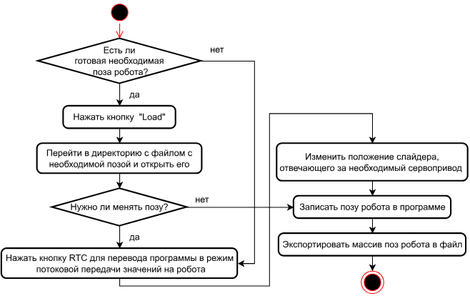
ArtemVolkov2103/1-Diplom keeps this draw.io diagram as Диаграмма деятельности.svg. Above is the earlier version. Source tidied: cells renumbered, new cells last; positions are measured from the earlier drawing's top-left corner, leaving out a move shared by most shapes.
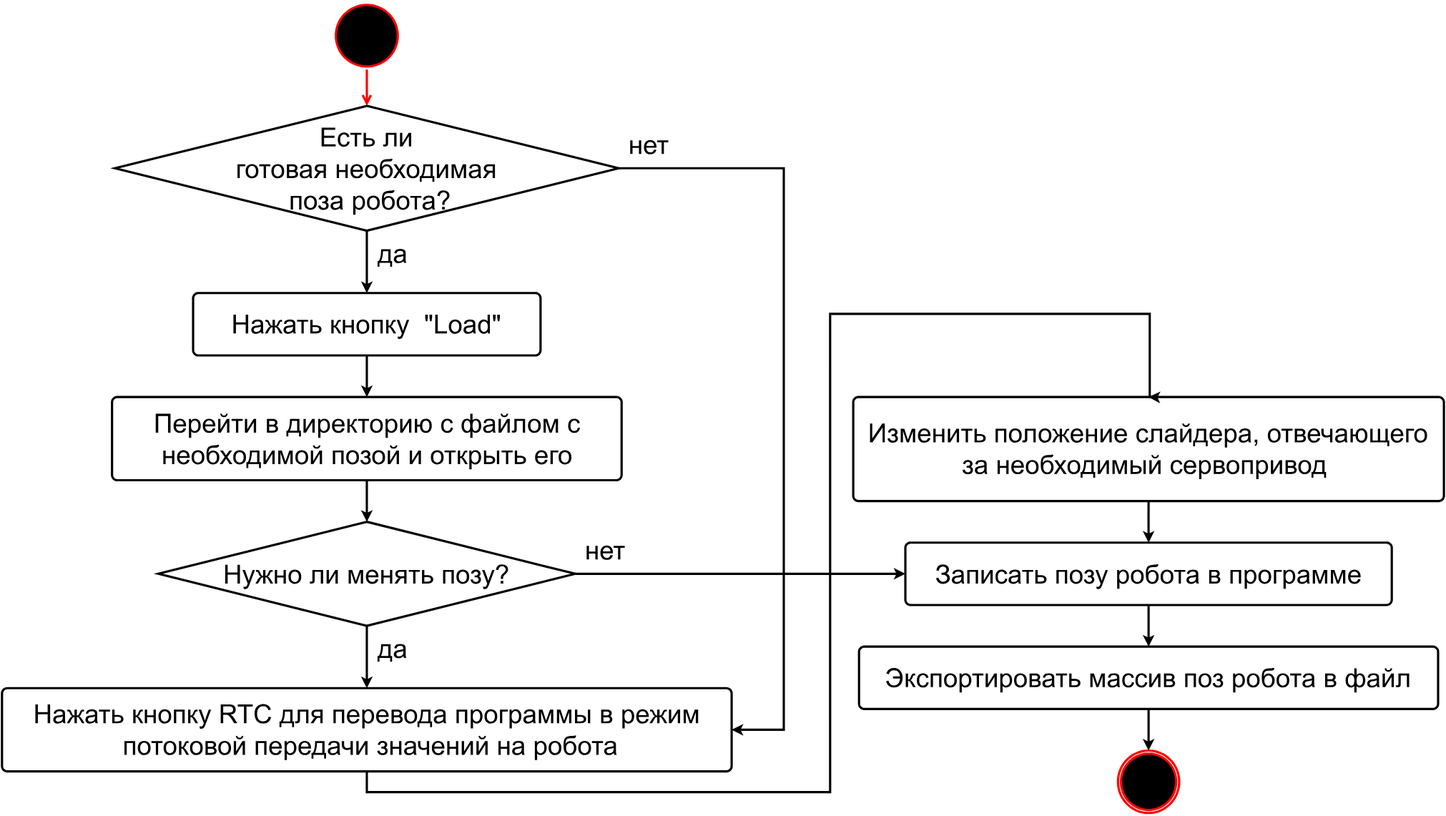
Above is the later version.

Change to the diagram source:
```diff
@@ -2,92 +2,95 @@
   <root>
     <mxCell id="0" />
     <mxCell id="1" parent="0" />
+    <mxCell id="27" style="group;fontSize=35;strokeWidth=3;" parent="1" vertex="1">
+      <mxGeometry x="-302" width="1920" height="1080" as="geometry" />
+    </mxCell>
-    <mxCell id="2" style="ellipse;html=1;shape=startState;fillColor=#000000;strokeColor=#ff0000;" parent="1" vertex="1">
-      <mxGeometry x="143" width="30" height="30" as="geometry" />
+    <mxCell id="2" style="ellipse;html=1;shape=startState;fillColor=#000000;strokeColor=#ff0000;fontSize=35;strokeWidth=3;" parent="27" vertex="1">
+      <mxGeometry x="440.5" width="90.5" height="90" as="geometry" />
     </mxCell>
-    <mxCell id="3" style="edgeStyle=orthogonalEdgeStyle;html=1;verticalAlign=bottom;endArrow=open;endSize=8;strokeColor=#ff0000;rounded=0;entryX=0.5;entryY=0;entryDx=0;entryDy=0;entryPerimeter=0;" parent="1" edge="1" source="2" target="6">
+    <mxCell id="3" style="edgeStyle=orthogonalEdgeStyle;html=1;verticalAlign=bottom;endArrow=open;endSize=8;strokeColor=#ff0000;rounded=0;entryX=0.5;entryY=0;entryDx=0;entryDy=0;entryPerimeter=0;fontSize=35;strokeWidth=3;" parent="27" edge="1" source="2" target="6">
       <mxGeometry relative="1" as="geometry" />
     </mxCell>
+    <mxCell id="6" value="Есть ли &lt;br style=&quot;font-size: 35px;&quot;&gt;готовая необходимая&lt;br style=&quot;font-size: 35px;&quot;&gt;&amp;nbsp;поза&amp;nbsp;робота?" style="strokeWidth=3;html=1;shape=mxgraph.flowchart.decision;whiteSpace=wrap;fontSize=35;" parent="27" vertex="1">
+      <mxGeometry x="150.4" y="138.5" width="670.8" height="166.2" as="geometry" />
+    </mxCell>
+    <mxCell id="8" value="Нажать кнопку&amp;nbsp; &quot;Load&quot;" style="rounded=1;whiteSpace=wrap;html=1;absoluteArcSize=1;arcSize=14;strokeWidth=3;fontSize=35;" parent="27" vertex="1">
+      <mxGeometry x="254.5" y="387.7" width="462.7" height="83.1" as="geometry" />
+    </mxCell>
-    <mxCell id="4" style="edgeStyle=orthogonalEdgeStyle;rounded=0;jettySize=auto;html=1;exitX=0.5;exitY=1;exitDx=0;exitDy=0;exitPerimeter=0;entryX=0.5;entryY=0;entryDx=0;entryDy=0;" parent="1" edge="1" source="6" target="8">
+    <mxCell id="4" style="edgeStyle=orthogonalEdgeStyle;rounded=0;jettySize=auto;html=1;exitX=0.5;exitY=1;exitDx=0;exitDy=0;exitPerimeter=0;entryX=0.5;entryY=0;entryDx=0;entryDy=0;fontSize=35;strokeWidth=3;" parent="27" edge="1" source="6" target="8">
       <mxGeometry relative="1" as="geometry" />
     </mxCell>
-    <mxCell id="5" style="edgeStyle=orthogonalEdgeStyle;rounded=0;jettySize=auto;html=1;exitX=1;exitY=0.5;exitDx=0;exitDy=0;exitPerimeter=0;entryX=1;entryY=0.5;entryDx=0;entryDy=0;" parent="1" edge="1" source="6" target="17">
-      <mxGeometry relative="1" as="geometry">
-        <Array as="points">
-          <mxPoint x="338" y="80" />
-          <mxPoint x="338" y="350" />
-        </Array>
-      </mxGeometry>
-    </mxCell>
-    <mxCell id="6" value="Есть ли &lt;br&gt;готовая необходимая&lt;br&gt;&amp;nbsp;поза&amp;nbsp;робота?" style="strokeWidth=2;html=1;shape=mxgraph.flowchart.decision;whiteSpace=wrap;" parent="1" vertex="1">
-      <mxGeometry x="49.2" y="50" width="217.5" height="60" as="geometry" />
-    </mxCell>
+    <mxCell id="10" value="Перейти в директорию с файлом с&lt;br style=&quot;font-size: 35px;&quot;&gt;необходимой позой и открыть его" style="rounded=1;whiteSpace=wrap;html=1;absoluteArcSize=1;arcSize=14;strokeWidth=3;fontSize=35;" parent="27" vertex="1">
+      <mxGeometry x="146.5" y="526.2" width="678.6" height="110.8" as="geometry" />
+    </mxCell>
-    <mxCell id="7" style="edgeStyle=orthogonalEdgeStyle;rounded=0;jettySize=auto;html=1;exitX=0.5;exitY=1;exitDx=0;exitDy=0;entryX=0.5;entryY=0;entryDx=0;entryDy=0;" parent="1" edge="1" source="8" target="10">
+    <mxCell id="7" style="edgeStyle=orthogonalEdgeStyle;rounded=0;jettySize=auto;html=1;exitX=0.5;exitY=1;exitDx=0;exitDy=0;entryX=0.5;entryY=0;entryDx=0;entryDy=0;fontSize=35;strokeWidth=3;" parent="27" edge="1" source="8" target="10">
       <mxGeometry relative="1" as="geometry" />
     </mxCell>
-    <mxCell id="8" value="Нажать кнопку&amp;nbsp; &quot;Load&quot;" style="rounded=1;whiteSpace=wrap;html=1;absoluteArcSize=1;arcSize=14;strokeWidth=2;" parent="1" vertex="1">
-      <mxGeometry x="83" y="140" width="150" height="30" as="geometry" />
-    </mxCell>
+    <mxCell id="13" value="Нужно ли&amp;nbsp;менять позу?" style="strokeWidth=3;html=1;shape=mxgraph.flowchart.decision;whiteSpace=wrap;fontSize=35;" parent="27" vertex="1">
+      <mxGeometry x="208.2" y="692.3" width="555.2" height="138.5" as="geometry" />
+    </mxCell>
-    <mxCell id="9" style="edgeStyle=orthogonalEdgeStyle;rounded=0;jettySize=auto;html=1;exitX=0.5;exitY=1;exitDx=0;exitDy=0;entryX=0.5;entryY=0;entryDx=0;entryDy=0;entryPerimeter=0;" parent="1" edge="1" source="10" target="13">
+    <mxCell id="9" style="edgeStyle=orthogonalEdgeStyle;rounded=0;jettySize=auto;html=1;exitX=0.5;exitY=1;exitDx=0;exitDy=0;entryX=0.5;entryY=0;entryDx=0;entryDy=0;entryPerimeter=0;fontSize=35;strokeWidth=3;" parent="27" edge="1" source="10" target="13">
       <mxGeometry relative="1" as="geometry" />
     </mxCell>
-    <mxCell id="10" value="Перейти в директорию с файлом с&lt;br&gt;необходимой позой и открыть его" style="rounded=1;whiteSpace=wrap;html=1;absoluteArcSize=1;arcSize=14;strokeWidth=2;" parent="1" vertex="1">
-      <mxGeometry x="48" y="190" width="220" height="40" as="geometry" />
-    </mxCell>
-    <mxCell id="11" style="edgeStyle=orthogonalEdgeStyle;rounded=0;jettySize=auto;html=1;exitX=0.5;exitY=1;exitDx=0;exitDy=0;exitPerimeter=0;entryX=0.5;entryY=0;entryDx=0;entryDy=0;" parent="1" edge="1" source="13" target="17">
-      <mxGeometry relative="1" as="geometry" />
-    </mxCell>
-    <mxCell id="12" style="edgeStyle=orthogonalEdgeStyle;rounded=0;jettySize=auto;html=1;exitX=1;exitY=0.5;exitDx=0;exitDy=0;exitPerimeter=0;entryX=0;entryY=0.5;entryDx=0;entryDy=0;" parent="1" edge="1" source="13" target="19">
-      <mxGeometry relative="1" as="geometry" />
-    </mxCell>
-    <mxCell id="13" value="Нужно ли&amp;nbsp;менять позу?" style="strokeWidth=2;html=1;shape=mxgraph.flowchart.decision;whiteSpace=wrap;" parent="1" vertex="1">
-      <mxGeometry x="68" y="250" width="180" height="50" as="geometry" />
-    </mxCell>
-    <mxCell id="14" style="edgeStyle=orthogonalEdgeStyle;rounded=0;jettySize=auto;html=1;exitX=0.5;exitY=1;exitDx=0;exitDy=0;" parent="1" edge="1" source="15" target="19">
-      <mxGeometry relative="1" as="geometry" />
-    </mxCell>
-    <mxCell id="15" value="Изменить положение слайдера, отвечающего за необходимый сервопривод&amp;nbsp;" style="rounded=1;whiteSpace=wrap;html=1;absoluteArcSize=1;arcSize=14;strokeWidth=2;" parent="1" vertex="1">
-      <mxGeometry x="368" y="190" width="255" height="50" as="geometry" />
+    <mxCell id="15" value="Изменить положение слайдера, отвечающего за необходимый сервопривод&amp;nbsp;" style="rounded=1;whiteSpace=wrap;html=1;absoluteArcSize=1;arcSize=14;strokeWidth=3;fontSize=35;" parent="27" vertex="1">
+      <mxGeometry x="1133.5" y="526.2" width="786.5" height="138.5" as="geometry" />
     </mxCell>
-    <mxCell id="16" style="edgeStyle=orthogonalEdgeStyle;rounded=0;jettySize=auto;html=1;exitX=0.5;exitY=1;exitDx=0;exitDy=0;entryX=0.5;entryY=0;entryDx=0;entryDy=0;" parent="1" edge="1" source="17" target="15">
+    <mxCell id="16" style="edgeStyle=orthogonalEdgeStyle;rounded=0;jettySize=auto;html=1;exitX=0.5;exitY=1;exitDx=0;exitDy=0;entryX=0.5;entryY=0;entryDx=0;entryDy=0;fontSize=35;strokeWidth=3;" parent="27" edge="1" source="17" target="15">
       <mxGeometry relative="1" as="geometry">
         <Array as="points">
-          <mxPoint x="158" y="380" />
-          <mxPoint x="358" y="380" />
-          <mxPoint x="358" y="150" />
-          <mxPoint x="496" y="150" />
+          <mxPoint x="485.8" y="1052.3" />
+          <mxPoint x="1102.7" y="1052.3" />
+          <mxPoint x="1102.7" y="415.4" />
+          <mxPoint x="1528.3" y="415.4" />
         </Array>
       </mxGeometry>
     </mxCell>
-    <mxCell id="17" value="Нажать кнопку RTC для перевода программы в режим&lt;br&gt;&amp;nbsp;потоковой передачи значений на робота" style="rounded=1;whiteSpace=wrap;html=1;absoluteArcSize=1;arcSize=14;strokeWidth=2;" parent="1" vertex="1">
-      <mxGeometry x="0.5" y="330" width="315" height="40" as="geometry" />
+    <mxCell id="17" value="Нажать кнопку RTC для перевода программы в режим&lt;br style=&quot;font-size: 35px;&quot;&gt;&amp;nbsp;потоковой передачи значений на робота" style="rounded=1;whiteSpace=wrap;html=1;absoluteArcSize=1;arcSize=14;strokeWidth=3;fontSize=35;" parent="27" vertex="1">
+      <mxGeometry y="913.8" width="971.6" height="110.8" as="geometry" />
     </mxCell>
+    <mxCell id="5" style="edgeStyle=orthogonalEdgeStyle;rounded=0;jettySize=auto;html=1;exitX=1;exitY=0.5;exitDx=0;exitDy=0;exitPerimeter=0;entryX=1;entryY=0.5;entryDx=0;entryDy=0;fontSize=35;strokeWidth=3;" parent="27" edge="1" source="6" target="17">
+      <mxGeometry relative="1" as="geometry">
+        <Array as="points">
+          <mxPoint x="1041" y="221.5" />
+          <mxPoint x="1041" y="969.2" />
+        </Array>
+      </mxGeometry>
+    </mxCell>
+    <mxCell id="11" style="edgeStyle=orthogonalEdgeStyle;rounded=0;jettySize=auto;html=1;exitX=0.5;exitY=1;exitDx=0;exitDy=0;exitPerimeter=0;entryX=0.5;entryY=0;entryDx=0;entryDy=0;fontSize=35;strokeWidth=3;" parent="27" edge="1" source="13" target="17">
+      <mxGeometry relative="1" as="geometry" />
+    </mxCell>
+    <mxCell id="19" value="Записать позу робота в программе" style="rounded=1;whiteSpace=wrap;html=1;absoluteArcSize=1;arcSize=14;strokeWidth=3;fontSize=35;" parent="27" vertex="1">
+      <mxGeometry x="1202.9" y="720" width="647.7" height="83.1" as="geometry" />
+    </mxCell>
+    <mxCell id="12" style="edgeStyle=orthogonalEdgeStyle;rounded=0;jettySize=auto;html=1;exitX=1;exitY=0.5;exitDx=0;exitDy=0;exitPerimeter=0;entryX=0;entryY=0.5;entryDx=0;entryDy=0;fontSize=35;strokeWidth=3;" parent="27" edge="1" source="13" target="19">
+      <mxGeometry relative="1" as="geometry" />
+    </mxCell>
+    <mxCell id="14" style="edgeStyle=orthogonalEdgeStyle;rounded=0;jettySize=auto;html=1;exitX=0.5;exitY=1;exitDx=0;exitDy=0;fontSize=35;strokeWidth=3;" parent="27" edge="1" source="15" target="19">
+      <mxGeometry relative="1" as="geometry" />
+    </mxCell>
+    <mxCell id="21" value="Экспортировать массив поз робота в файл" style="rounded=1;whiteSpace=wrap;html=1;absoluteArcSize=1;arcSize=14;strokeWidth=3;fontSize=35;" parent="27" vertex="1">
+      <mxGeometry x="1141.2" y="858.5" width="771.1" height="83.1" as="geometry" />
+    </mxCell>
-    <mxCell id="18" style="edgeStyle=orthogonalEdgeStyle;rounded=0;jettySize=auto;html=1;exitX=0.5;exitY=1;exitDx=0;exitDy=0;entryX=0.5;entryY=0;entryDx=0;entryDy=0;" parent="1" edge="1" source="19" target="21">
+    <mxCell id="18" style="edgeStyle=orthogonalEdgeStyle;rounded=0;jettySize=auto;html=1;exitX=0.5;exitY=1;exitDx=0;exitDy=0;entryX=0.5;entryY=0;entryDx=0;entryDy=0;fontSize=35;strokeWidth=3;" parent="27" edge="1" source="19" target="21">
       <mxGeometry relative="1" as="geometry" />
     </mxCell>
-    <mxCell id="19" value="Записать позу робота в программе" style="rounded=1;whiteSpace=wrap;html=1;absoluteArcSize=1;arcSize=14;strokeWidth=2;" parent="1" vertex="1">
-      <mxGeometry x="390.5" y="260" width="210" height="30" as="geometry" />
-    </mxCell>
-    <mxCell id="20" style="edgeStyle=orthogonalEdgeStyle;rounded=0;jettySize=auto;html=1;exitX=0.5;exitY=1;exitDx=0;exitDy=0;entryX=0.5;entryY=0;entryDx=0;entryDy=0;" parent="1" edge="1" source="21" target="26">
-      <mxGeometry relative="1" as="geometry" />
-    </mxCell>
-    <mxCell id="21" value="Экспортировать массив поз робота в файл" style="rounded=1;whiteSpace=wrap;html=1;absoluteArcSize=1;arcSize=14;strokeWidth=2;" parent="1" vertex="1">
-      <mxGeometry x="370.5" y="310" width="250" height="30" as="geometry" />
-    </mxCell>
-    <mxCell id="22" value="нет" style="text;html=1;align=center;verticalAlign=middle;strokeColor=none;fillColor=none;" parent="1" vertex="1">
-      <mxGeometry x="268" y="50" width="40" height="30" as="geometry" />
+    <mxCell id="22" value="нет" style="text;html=1;align=center;verticalAlign=middle;strokeColor=none;fillColor=none;fontSize=35;strokeWidth=3;" parent="27" vertex="1">
+      <mxGeometry x="820.9" y="160" width="80" height="60" as="geometry" />
     </mxCell>
-    <mxCell id="23" value="да" style="text;html=1;align=center;verticalAlign=middle;strokeColor=none;fillColor=none;" parent="1" vertex="1">
-      <mxGeometry x="158" y="110" width="40" height="30" as="geometry" />
+    <mxCell id="23" value="да" style="text;html=1;align=center;verticalAlign=middle;strokeColor=none;fillColor=none;fontSize=35;strokeWidth=3;" parent="27" vertex="1">
+      <mxGeometry x="490" y="304.6" width="60" height="60" as="geometry" />
     </mxCell>
-    <mxCell id="24" value="нет" style="text;html=1;align=center;verticalAlign=middle;strokeColor=none;fillColor=none;" parent="1" vertex="1">
-      <mxGeometry x="248" y="250" width="40" height="30" as="geometry" />
+    <mxCell id="24" value="нет" style="text;html=1;align=center;verticalAlign=middle;strokeColor=none;fillColor=none;fontSize=35;strokeWidth=3;" parent="27" vertex="1">
+      <mxGeometry x="763.4" y="700" width="80" height="60" as="geometry" />
     </mxCell>
-    <mxCell id="25" value="да" style="text;html=1;align=center;verticalAlign=middle;strokeColor=none;fillColor=none;" parent="1" vertex="1">
-      <mxGeometry x="158" y="300" width="40" height="30" as="geometry" />
+    <mxCell id="25" value="да" style="text;html=1;align=center;verticalAlign=middle;strokeColor=none;fillColor=none;fontSize=35;strokeWidth=3;" parent="27" vertex="1">
+      <mxGeometry x="490" y="830.8" width="60" height="60" as="geometry" />
     </mxCell>
-    <mxCell id="26" style="ellipse;html=1;shape=endState;fillColor=#000000;strokeColor=#ff0000;" parent="1" vertex="1">
-      <mxGeometry x="480.5" y="360" width="30" height="30" as="geometry" />
+    <mxCell id="26" style="ellipse;html=1;shape=endState;fillColor=#000000;strokeColor=#ff0000;fontSize=35;strokeWidth=3;" parent="27" vertex="1">
+      <mxGeometry x="1486" y="996.9" width="81.5" height="83.1" as="geometry" />
     </mxCell>
+    <mxCell id="20" style="edgeStyle=orthogonalEdgeStyle;rounded=0;jettySize=auto;html=1;exitX=0.5;exitY=1;exitDx=0;exitDy=0;entryX=0.5;entryY=0;entryDx=0;entryDy=0;fontSize=35;strokeWidth=3;" parent="27" edge="1" source="21" target="26">
+      <mxGeometry relative="1" as="geometry" />
+    </mxCell>
   </root>
 </mxGraphModel>
```
